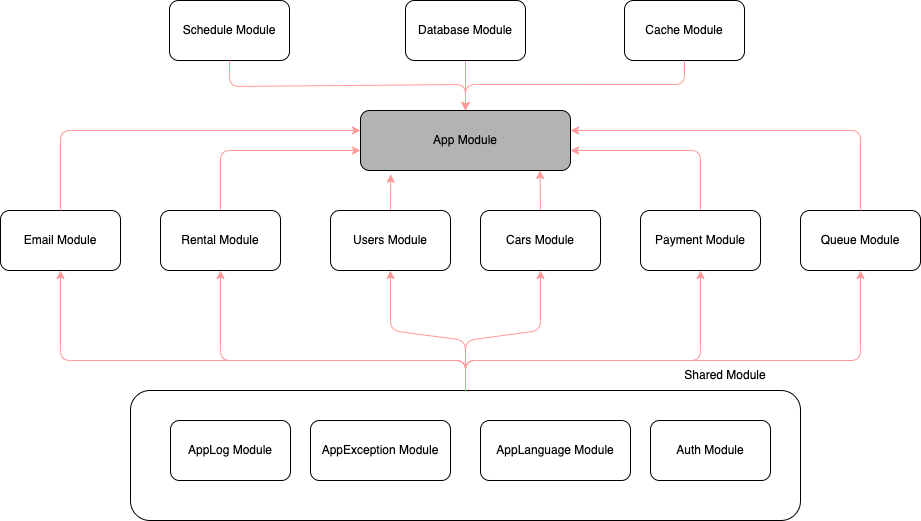
Earlier version of the draw.io export ModuleArchitecture.drawio.png (vnbrew/quynd-car-rent-nestjs). Source tidied: cells renumbered, new cells last; positions are measured from the earlier drawing's top-left corner, leaving out a move shared by most shapes.
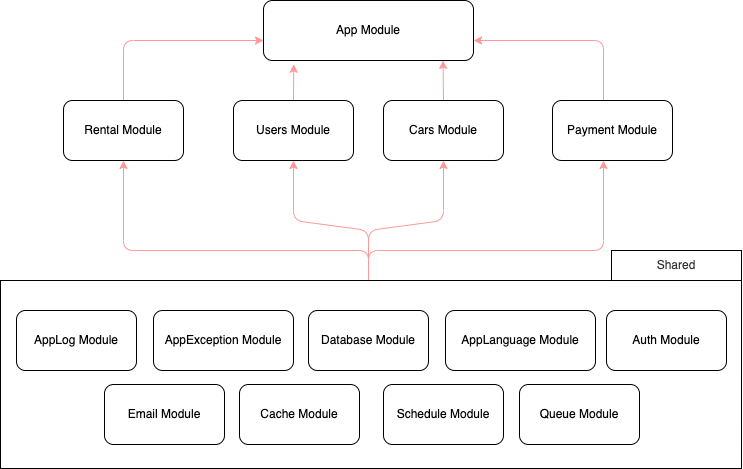
After the change.

What changed in the source:
```diff
@@ -2,7 +2,7 @@
   <root>
     <mxCell id="0" />
     <mxCell id="1" parent="0" />
-    <mxCell id="2" value="App Module" style="rounded=1;whiteSpace=wrap;html=1;fillColor=#B3B3B3;" parent="1" vertex="1">
+    <mxCell id="2" value="App Module" style="rounded=1;whiteSpace=wrap;html=1;" parent="1" vertex="1">
       <mxGeometry x="360" y="140" width="210" height="60" as="geometry" />
     </mxCell>
     <mxCell id="3" style="edgeStyle=none;html=1;exitX=0.5;exitY=0;exitDx=0;exitDy=0;entryX=0.144;entryY=1.062;entryDx=0;entryDy=0;entryPerimeter=0;rounded=1;strokeColor=#FF9999;" parent="1" edge="1" source="4" target="2">
@@ -17,8 +17,9 @@
     <mxCell id="6" value="Cars Module" style="rounded=1;whiteSpace=wrap;html=1;" parent="1" vertex="1">
       <mxGeometry x="480" y="240" width="120" height="60" as="geometry" />
     </mxCell>
-    <mxCell id="7" style="edgeStyle=none;html=1;exitX=0.5;exitY=0;exitDx=0;exitDy=0;rounded=1;strokeColor=#FF9999;" parent="1" edge="1" source="8">
+    <mxCell id="7" style="edgeStyle=none;html=1;exitX=0.5;exitY=0;exitDx=0;exitDy=0;rounded=1;strokeColor=#FF9999;" parent="1" edge="1">
       <mxGeometry relative="1" as="geometry">
+        <mxPoint x="700" y="240" as="sourcePoint" />
         <mxPoint x="570" y="180" as="targetPoint" />
         <Array as="points">
           <mxPoint x="700" y="180" />
@@ -26,21 +27,11 @@
       </mxGeometry>
     </mxCell>
     <mxCell id="8" value="Payment Module" style="rounded=1;whiteSpace=wrap;html=1;" parent="1" vertex="1">
-      <mxGeometry x="640" y="240" width="120" height="60" as="geometry" />
+      <mxGeometry x="649" y="240" width="120" height="60" as="geometry" />
     </mxCell>
-    <mxCell id="9" style="edgeStyle=none;html=1;exitX=0.5;exitY=1;exitDx=0;exitDy=0;entryX=0.5;entryY=0;entryDx=0;entryDy=0;rounded=1;strokeColor=#FF9999;" parent="1" edge="1" source="10" target="2">
-      <mxGeometry relative="1" as="geometry">
-        <Array as="points">
-          <mxPoint x="465" y="60" />
-        </Array>
-      </mxGeometry>
-    </mxCell>
-    <mxCell id="10" value="Database Module" style="rounded=1;whiteSpace=wrap;html=1;" parent="1" vertex="1">
-      <mxGeometry x="405" y="30" width="120" height="60" as="geometry" />
-    </mxCell>
     <mxCell id="11" style="edgeStyle=none;html=1;exitX=0.5;exitY=1;exitDx=0;exitDy=0;entryX=0.5;entryY=0;entryDx=0;entryDy=0;rounded=1;strokeColor=#FF9999;" parent="1" edge="1">
       <mxGeometry relative="1" as="geometry">
-        <mxPoint x="465" as="targetPoint" />
+        <mxPoint x="474" as="targetPoint" />
       </mxGeometry>
     </mxCell>
     <mxCell id="12" style="edgeStyle=none;html=1;exitX=0.5;exitY=0;exitDx=0;exitDy=0;rounded=1;strokeColor=#FF9999;" parent="1" edge="1" source="13">
@@ -54,124 +45,78 @@
     <mxCell id="13" value="Rental Module" style="rounded=1;whiteSpace=wrap;html=1;" parent="1" vertex="1">
       <mxGeometry x="160" y="240" width="120" height="60" as="geometry" />
     </mxCell>
-    <mxCell id="14" style="group;rounded=1;" parent="1" vertex="1">
-      <mxGeometry x="130" y="390" width="670" height="160" as="geometry" />
-    </mxCell>
-    <mxCell id="15" style="group;rounded=1;" parent="14" vertex="1">
-      <mxGeometry y="30" width="670" height="130" as="geometry" />
-    </mxCell>
+    <mxCell id="22" style="edgeStyle=none;html=1;exitX=0.5;exitY=0;exitDx=0;exitDy=0;entryX=0.5;entryY=1;entryDx=0;entryDy=0;rounded=1;strokeColor=#FF9999;" parent="1" edge="1" target="13">
+      <mxGeometry relative="1" as="geometry">
+        <mxPoint x="465" y="420" as="sourcePoint" />
+        <Array as="points">
+          <mxPoint x="465" y="390" />
+          <mxPoint x="220" y="390" />
+        </Array>
+      </mxGeometry>
+    </mxCell>
+    <mxCell id="23" style="edgeStyle=none;html=1;exitX=0.5;exitY=0;exitDx=0;exitDy=0;entryX=0.5;entryY=1;entryDx=0;entryDy=0;rounded=1;strokeColor=#FF9999;" parent="1" edge="1" target="4">
+      <mxGeometry relative="1" as="geometry">
+        <mxPoint x="465" y="420" as="sourcePoint" />
+        <Array as="points">
+          <mxPoint x="465" y="370" />
+          <mxPoint x="390" y="360" />
+        </Array>
+      </mxGeometry>
+    </mxCell>
+    <mxCell id="24" style="edgeStyle=none;html=1;exitX=0.5;exitY=0;exitDx=0;exitDy=0;entryX=0.5;entryY=1;entryDx=0;entryDy=0;rounded=1;strokeColor=#FF9999;" parent="1" edge="1" target="6">
+      <mxGeometry relative="1" as="geometry">
+        <mxPoint x="465" y="420" as="sourcePoint" />
+        <Array as="points">
+          <mxPoint x="465" y="370" />
+          <mxPoint x="540" y="360" />
+        </Array>
+      </mxGeometry>
+    </mxCell>
+    <mxCell id="25" style="edgeStyle=none;html=1;exitX=0.5;exitY=0;exitDx=0;exitDy=0;entryX=0.5;entryY=1;entryDx=0;entryDy=0;rounded=1;strokeColor=#FF9999;" parent="1" edge="1">
+      <mxGeometry relative="1" as="geometry">
+        <mxPoint x="465" y="420" as="sourcePoint" />
+        <mxPoint x="700" y="300" as="targetPoint" />
+        <Array as="points">
+          <mxPoint x="465" y="390" />
+          <mxPoint x="700" y="390" />
+        </Array>
+      </mxGeometry>
+    </mxCell>
+    <mxCell id="36" style="group;" parent="1" vertex="1">
+      <mxGeometry x="97" y="390" width="741" height="218" as="geometry" />
+    </mxCell>
-    <mxCell id="16" style="rounded=1;whiteSpace=wrap;html=1;" parent="15" vertex="1">
-      <mxGeometry width="670" height="130" as="geometry" />
+    <mxCell id="16" style="rounded=0;whiteSpace=wrap;html=1;" parent="36" vertex="1">
+      <mxGeometry y="30" width="741" height="188" as="geometry" />
     </mxCell>
+    <mxCell id="10" value="Database Module" style="rounded=1;whiteSpace=wrap;html=1;" parent="36" vertex="1">
+      <mxGeometry x="308" y="60" width="120" height="60" as="geometry" />
+    </mxCell>
+    <mxCell id="26" value="Queue Module" style="rounded=1;whiteSpace=wrap;html=1;" parent="36" vertex="1">
+      <mxGeometry x="519" y="134" width="120" height="60" as="geometry" />
+    </mxCell>
+    <mxCell id="27" value="Email Module" style="rounded=1;whiteSpace=wrap;html=1;" parent="36" vertex="1">
+      <mxGeometry x="104" y="134" width="120" height="60" as="geometry" />
+    </mxCell>
+    <mxCell id="32" value="Cache Module" style="rounded=1;whiteSpace=wrap;html=1;" parent="36" vertex="1">
+      <mxGeometry x="239" y="134" width="120" height="60" as="geometry" />
+    </mxCell>
+    <mxCell id="33" value="Schedule Module" style="rounded=1;whiteSpace=wrap;html=1;" parent="36" vertex="1">
+      <mxGeometry x="383" y="134" width="120" height="60" as="geometry" />
+    </mxCell>
+    <mxCell id="21" value="Shared" style="text;html=1;align=center;verticalAlign=middle;whiteSpace=wrap;rounded=0;fillColor=default;fontColor=#333333;strokeColor=default;gradientColor=none;sketch=0;shadow=0;glass=0;strokeWidth=1;" parent="36" vertex="1">
+      <mxGeometry x="611" width="130" height="30" as="geometry" />
+    </mxCell>
-    <mxCell id="17" value="Auth Module" style="rounded=1;whiteSpace=wrap;html=1;" parent="15" vertex="1">
-      <mxGeometry x="520" y="30" width="120" height="60" as="geometry" />
+    <mxCell id="17" value="Auth Module" style="rounded=1;whiteSpace=wrap;html=1;" parent="36" vertex="1">
+      <mxGeometry x="606" y="60" width="120" height="60" as="geometry" />
     </mxCell>
-    <mxCell id="18" value="AppLog Module" style="rounded=1;whiteSpace=wrap;html=1;" parent="15" vertex="1">
-      <mxGeometry x="40" y="30" width="120" height="60" as="geometry" />
+    <mxCell id="18" value="AppLog Module" style="rounded=1;whiteSpace=wrap;html=1;" parent="36" vertex="1">
+      <mxGeometry x="16" y="60" width="120" height="60" as="geometry" />
     </mxCell>
-    <mxCell id="19" value="AppLanguage Module" style="rounded=1;whiteSpace=wrap;html=1;" parent="15" vertex="1">
-      <mxGeometry x="350" y="30" width="150" height="60" as="geometry" />
+    <mxCell id="19" value="AppLanguage Module" style="rounded=1;whiteSpace=wrap;html=1;" parent="36" vertex="1">
+      <mxGeometry x="445" y="60" width="150" height="60" as="geometry" />
     </mxCell>
-    <mxCell id="20" value="AppException Module" style="rounded=1;whiteSpace=wrap;html=1;" parent="15" vertex="1">
-      <mxGeometry x="180" y="30" width="140" height="60" as="geometry" />
+    <mxCell id="20" value="AppException Module" style="rounded=1;whiteSpace=wrap;html=1;" parent="36" vertex="1">
+      <mxGeometry x="153" y="60" width="140" height="60" as="geometry" />
     </mxCell>
-    <mxCell id="21" value="Shared Module" style="text;html=1;strokeColor=none;fillColor=none;align=center;verticalAlign=middle;whiteSpace=wrap;rounded=1;" parent="14" vertex="1">
-      <mxGeometry x="530" width="130" height="30" as="geometry" />
-    </mxCell>
-    <mxCell id="22" style="edgeStyle=none;html=1;exitX=0.5;exitY=0;exitDx=0;exitDy=0;entryX=0.5;entryY=1;entryDx=0;entryDy=0;rounded=1;strokeColor=#FF9999;" parent="1" edge="1" source="16" target="13">
-      <mxGeometry relative="1" as="geometry">
-        <Array as="points">
-          <mxPoint x="465" y="390" />
-          <mxPoint x="220" y="390" />
-        </Array>
-      </mxGeometry>
-    </mxCell>
-    <mxCell id="23" style="edgeStyle=none;html=1;exitX=0.5;exitY=0;exitDx=0;exitDy=0;entryX=0.5;entryY=1;entryDx=0;entryDy=0;rounded=1;strokeColor=#FF9999;" parent="1" edge="1" source="16" target="4">
-      <mxGeometry relative="1" as="geometry">
-        <Array as="points">
-          <mxPoint x="465" y="370" />
-          <mxPoint x="390" y="360" />
-        </Array>
-      </mxGeometry>
-    </mxCell>
-    <mxCell id="24" style="edgeStyle=none;html=1;exitX=0.5;exitY=0;exitDx=0;exitDy=0;entryX=0.5;entryY=1;entryDx=0;entryDy=0;rounded=1;strokeColor=#FF9999;" parent="1" edge="1" source="16" target="6">
-      <mxGeometry relative="1" as="geometry">
-        <Array as="points">
-          <mxPoint x="465" y="370" />
-          <mxPoint x="540" y="360" />
-        </Array>
-      </mxGeometry>
-    </mxCell>
-    <mxCell id="25" style="edgeStyle=none;html=1;exitX=0.5;exitY=0;exitDx=0;exitDy=0;entryX=0.5;entryY=1;entryDx=0;entryDy=0;rounded=1;strokeColor=#FF9999;" parent="1" edge="1" source="16" target="8">
-      <mxGeometry relative="1" as="geometry">
-        <Array as="points">
-          <mxPoint x="465" y="390" />
-          <mxPoint x="700" y="390" />
-        </Array>
-      </mxGeometry>
-    </mxCell>
-    <mxCell id="26" value="Queue Module" style="rounded=1;whiteSpace=wrap;html=1;" parent="1" vertex="1">
-      <mxGeometry x="800" y="240" width="120" height="60" as="geometry" />
-    </mxCell>
-    <mxCell id="27" value="Email Module" style="rounded=1;whiteSpace=wrap;html=1;" parent="1" vertex="1">
-      <mxGeometry y="240" width="120" height="60" as="geometry" />
-    </mxCell>
-    <mxCell id="28" style="edgeStyle=none;html=1;entryX=0;entryY=0.5;entryDx=0;entryDy=0;rounded=1;strokeColor=#FF9999;exitX=0.5;exitY=0;exitDx=0;exitDy=0;" parent="1" edge="1" source="27">
-      <mxGeometry relative="1" as="geometry">
-        <mxPoint x="360" y="160" as="targetPoint" />
-        <Array as="points">
-          <mxPoint x="60" y="160" />
-        </Array>
-      </mxGeometry>
-    </mxCell>
-    <mxCell id="29" style="edgeStyle=none;html=1;exitX=0.5;exitY=0;exitDx=0;exitDy=0;entryX=1;entryY=0.5;entryDx=0;entryDy=0;rounded=1;strokeColor=#FF9999;" parent="1" edge="1" source="26">
-      <mxGeometry relative="1" as="geometry">
-        <mxPoint x="570" y="160" as="targetPoint" />
-        <Array as="points">
-          <mxPoint x="860" y="160" />
-        </Array>
-      </mxGeometry>
-    </mxCell>
-    <mxCell id="30" style="edgeStyle=none;html=1;entryX=0.5;entryY=1;entryDx=0;entryDy=0;rounded=1;strokeColor=#FF9999;" parent="1" edge="1" target="26">
-      <mxGeometry relative="1" as="geometry">
-        <mxPoint x="465" y="419" as="sourcePoint" />
-        <Array as="points">
-          <mxPoint x="465" y="390" />
-          <mxPoint x="860" y="390" />
-        </Array>
-      </mxGeometry>
-    </mxCell>
-    <mxCell id="31" style="edgeStyle=none;html=1;exitX=0.5;exitY=0;exitDx=0;exitDy=0;entryX=0.5;entryY=1;entryDx=0;entryDy=0;rounded=1;strokeColor=#FF9999;" parent="1" edge="1" target="27">
-      <mxGeometry relative="1" as="geometry">
-        <mxPoint x="465" y="420" as="sourcePoint" />
-        <Array as="points">
-          <mxPoint x="465" y="390" />
-          <mxPoint x="60" y="390" />
-        </Array>
-      </mxGeometry>
-    </mxCell>
-    <mxCell id="32" value="Cache Module" style="rounded=1;whiteSpace=wrap;html=1;" parent="1" vertex="1">
-      <mxGeometry x="624" y="30" width="120" height="60" as="geometry" />
-    </mxCell>
-    <mxCell id="33" value="Schedule Module" style="rounded=1;whiteSpace=wrap;html=1;" parent="1" vertex="1">
-      <mxGeometry x="169" y="30" width="120" height="60" as="geometry" />
-    </mxCell>
-    <mxCell id="34" style="edgeStyle=none;html=1;exitX=0.5;exitY=1;exitDx=0;exitDy=0;rounded=1;strokeColor=#FF9999;entryX=0.5;entryY=0;entryDx=0;entryDy=0;" parent="1" edge="1" source="32" target="2">
-      <mxGeometry relative="1" as="geometry">
-        <Array as="points">
-          <mxPoint x="684" y="114" />
-          <mxPoint x="570" y="114" />
-          <mxPoint x="465" y="114" />
-        </Array>
-      </mxGeometry>
-    </mxCell>
-    <mxCell id="35" style="edgeStyle=none;html=1;entryX=0.5;entryY=0;entryDx=0;entryDy=0;rounded=1;strokeColor=#FF9999;exitX=0.5;exitY=1;exitDx=0;exitDy=0;" parent="1" edge="1" source="33" target="2">
-      <mxGeometry relative="1" as="geometry">
-        <Array as="points">
-          <mxPoint x="229" y="116" />
-          <mxPoint x="465" y="114" />
-        </Array>
-      </mxGeometry>
-    </mxCell>
   </root>
 </mxGraphModel>
```
